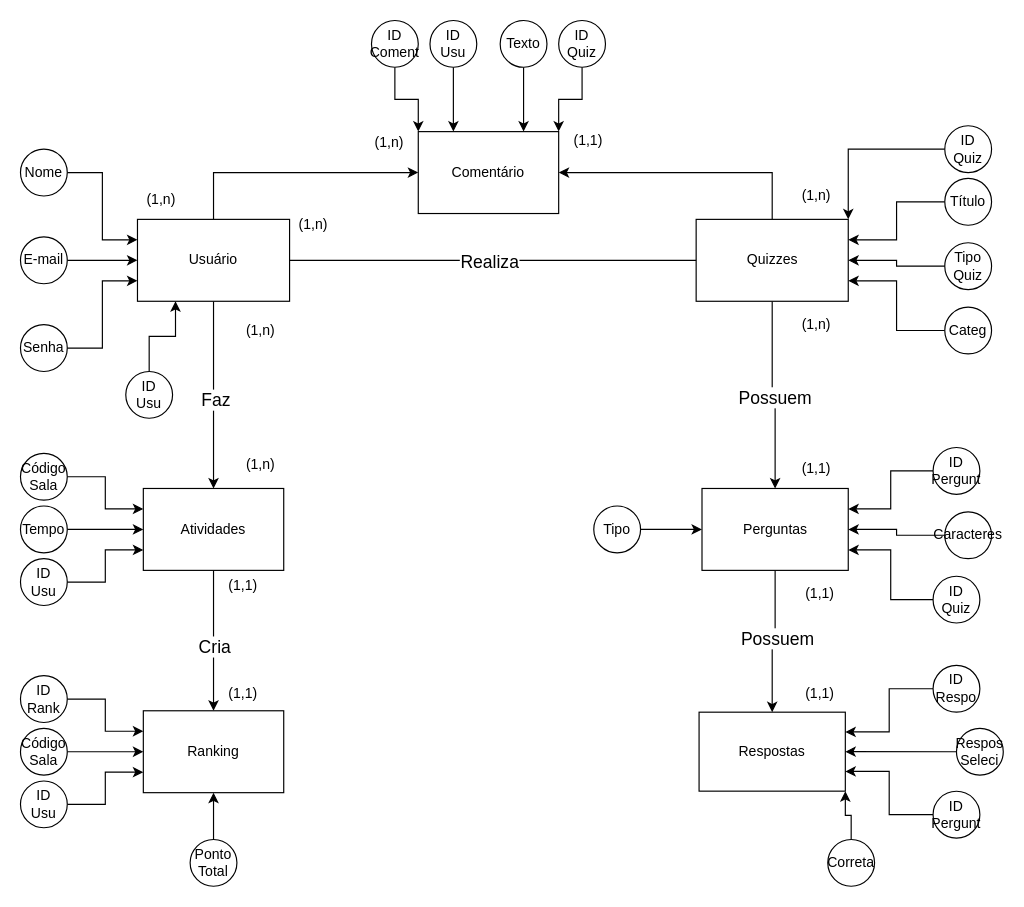
Earlier version of the draw.io diagram Project ER Diagram.drawio (J4oG/DER). Source tidied: cells renumbered, new cells numbered last; positions are measured from the earlier drawing's top-left corner, leaving out a move shared by most shapes. Both pictures are drawn from the tidied source at 117%, with x=0, y=0 at pixel (20, 20).
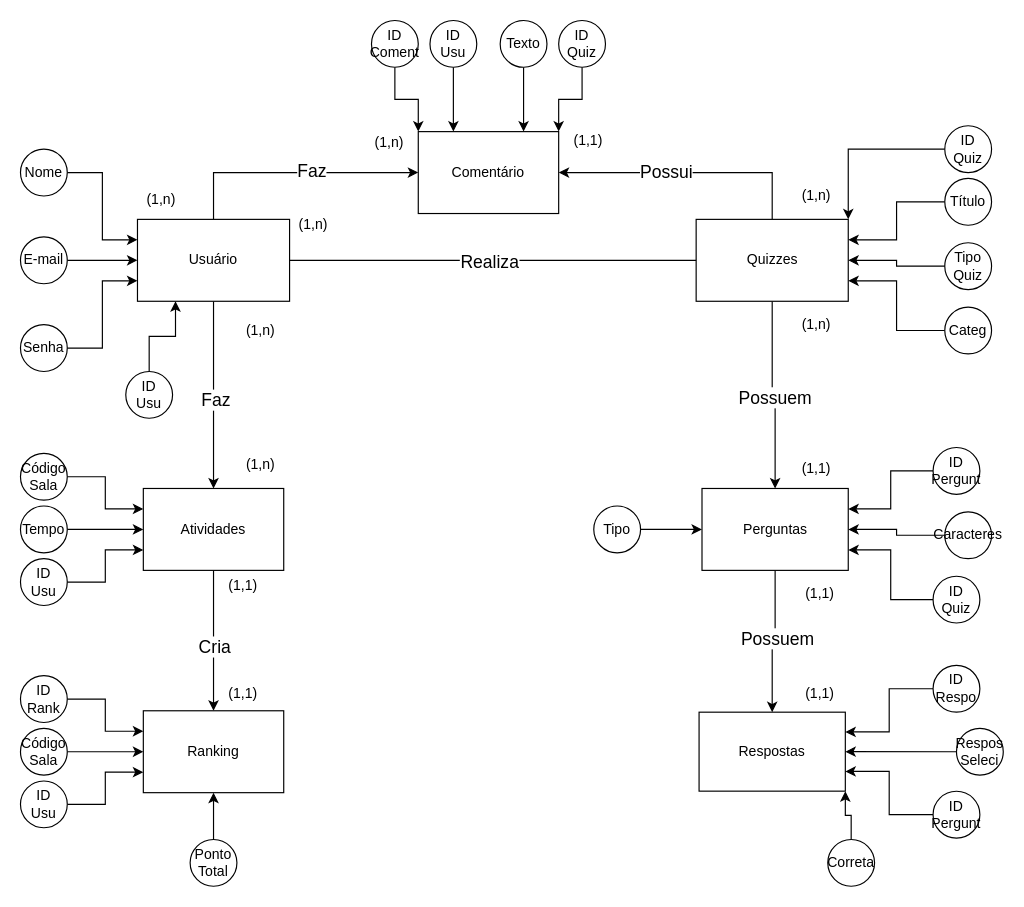
The same diagram, later.

The change refers to these unchanged cells:
```xml
<mxCell id="4" style="edgeStyle=orthogonalEdgeStyle;rounded=0;jettySize=auto;html=1;exitX=0.5;exitY=0;exitDx=0;exitDy=0;entryX=0;entryY=0.5;entryDx=0;entryDy=0;" parent="1" edge="1" source="5" target="64">
  <mxGeometry relative="1" as="geometry" />
</mxCell>
<mxCell id="8" style="edgeStyle=orthogonalEdgeStyle;rounded=0;jettySize=auto;html=1;exitX=0.5;exitY=0;exitDx=0;exitDy=0;entryX=1;entryY=0.5;entryDx=0;entryDy=0;" parent="1" edge="1" source="9" target="64">
  <mxGeometry relative="1" as="geometry" />
</mxCell>
```

The edit, as a diff of the source:
```diff
@@
+    <mxCell id="88" value="&lt;font style=&quot;font-size: 15px;&quot;&gt;Faz&lt;/font&gt;" style="edgeLabel;html=1;align=center;verticalAlign=middle;" parent="4" vertex="1">
+      <mxGeometry x="0.14" y="3" relative="1" as="geometry" />
+    </mxCell>
@@
+    <mxCell id="89" value="&lt;font style=&quot;font-size: 15px;&quot;&gt;Possui&lt;/font&gt;" style="edgeLabel;html=1;align=center;verticalAlign=middle;" parent="8" vertex="1">
+      <mxGeometry x="0.18" y="-2" relative="1" as="geometry" />
+    </mxCell>
```
